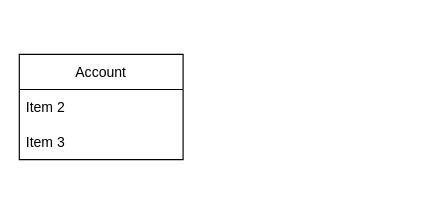
Before: Untitled Diagram.drawio in tuyenshin2004/Web, a draw.io diagram. Source tidied: cells renumbered, new cells numbered last; positions are measured from the earlier drawing's top-left corner, leaving out a move shared by most shapes. Both pictures are drawn from the tidied source at 117%, with x=0, y=0 at pixel (19, 54).
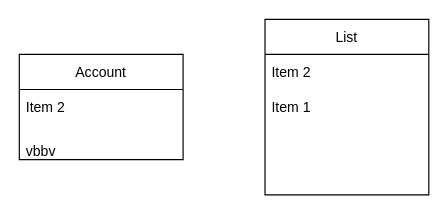
The same page after the edit.

Change to the diagram source:
```diff
@@
 <mxGraphModel>
   <root>
     <mxCell id="0" />
     <mxCell id="1" parent="0" />
     <mxCell id="2" value="Account" style="swimlane;fontStyle=0;horizontal=1;startSize=30;" parent="1" vertex="1">
       <mxGeometry width="140" height="90" as="geometry" />
     </mxCell>
     <mxCell id="3" value="Item 2" style="text;strokeColor=none;fillColor=none;align=left;verticalAlign=middle;spacingLeft=4;spacingRight=4;overflow=hidden;" parent="2" vertex="1">
       <mxGeometry y="30" width="140" height="30" as="geometry" />
     </mxCell>
-    <mxCell id="4" value="Item 3" style="text;strokeColor=none;fillColor=none;align=left;verticalAlign=middle;spacingLeft=4;spacingRight=4;overflow=hidden;" parent="2" vertex="1">
+    <mxCell id="4" value="&#10;vbbv" style="text;strokeColor=none;fillColor=none;align=left;verticalAlign=middle;spacingLeft=4;spacingRight=4;overflow=hidden;" parent="2" vertex="1">
       <mxGeometry y="60" width="140" height="30" as="geometry" />
     </mxCell>
+    <mxCell id="5" value="List" style="swimlane;fontStyle=0;horizontal=1;startSize=30;" parent="1" vertex="1">
+      <mxGeometry x="210" y="-30" width="140" height="150" as="geometry" />
+    </mxCell>
+    <mxCell id="6" value="Item 2" style="text;strokeColor=none;fillColor=none;align=left;verticalAlign=middle;spacingLeft=4;spacingRight=4;overflow=hidden;" parent="5" vertex="1">
+      <mxGeometry y="30" width="140" height="30" as="geometry" />
+    </mxCell>
+    <mxCell id="7" value="Item 1" style="text;strokeColor=none;fillColor=none;align=left;verticalAlign=middle;spacingLeft=4;spacingRight=4;overflow=hidden;" parent="5" vertex="1">
+      <mxGeometry y="60" width="140" height="30" as="geometry" />
+    </mxCell>
+    <mxCell id="8" style="text;strokeColor=none;fillColor=none;align=left;verticalAlign=middle;spacingLeft=4;spacingRight=4;overflow=hidden;" parent="5" vertex="1">
+      <mxGeometry y="90" width="140" height="30" as="geometry" />
+    </mxCell>
+    <mxCell id="9" style="text;strokeColor=none;fillColor=none;align=left;verticalAlign=middle;spacingLeft=4;spacingRight=4;overflow=hidden;" parent="5" vertex="1">
+      <mxGeometry y="120" width="140" height="30" as="geometry" />
+    </mxCell>
   </root>
 </mxGraphModel>
```
